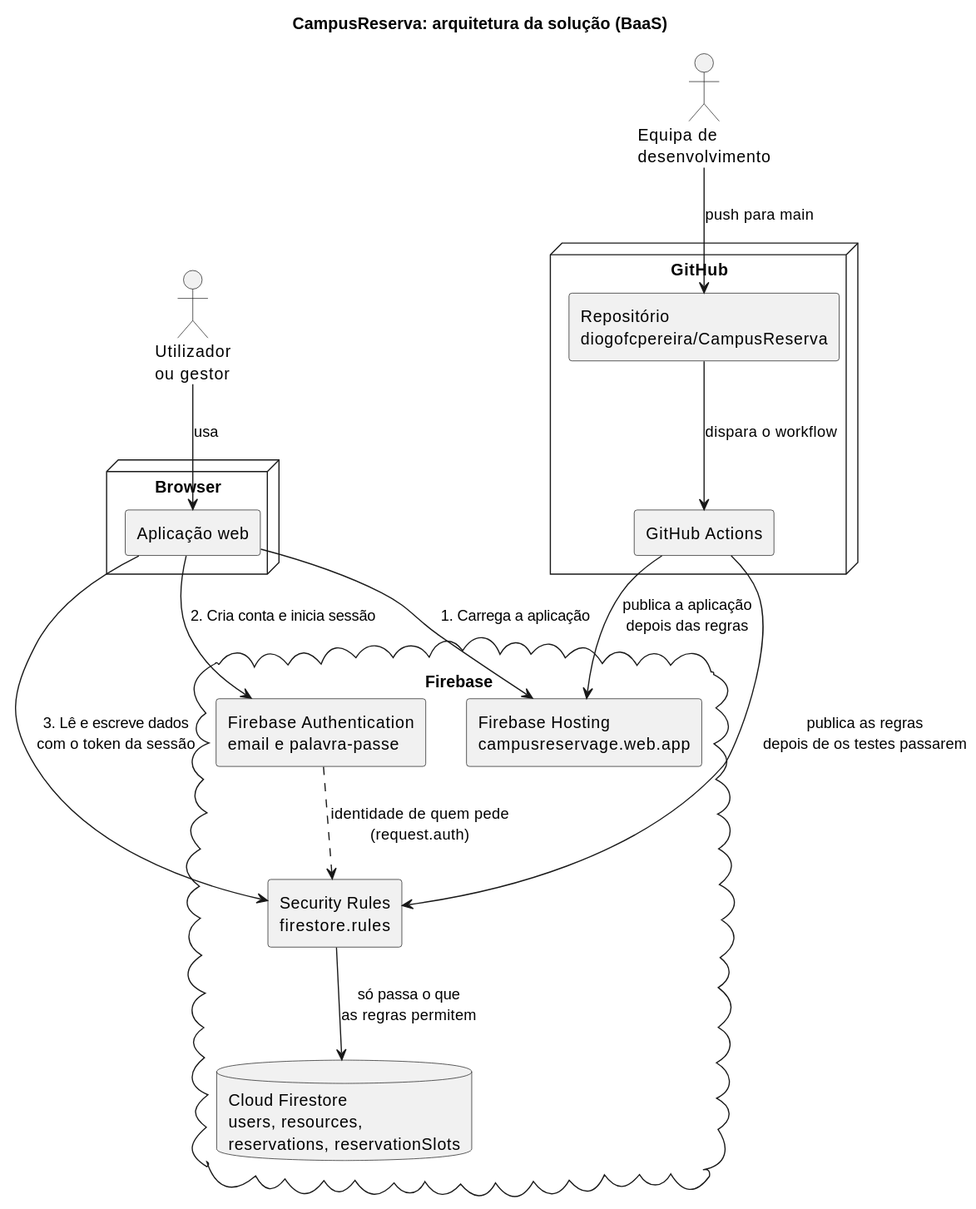
Above: docs/imagens/arquitetura.svg in diogofcpereira/CampusReserva (PlantUML), before the change.
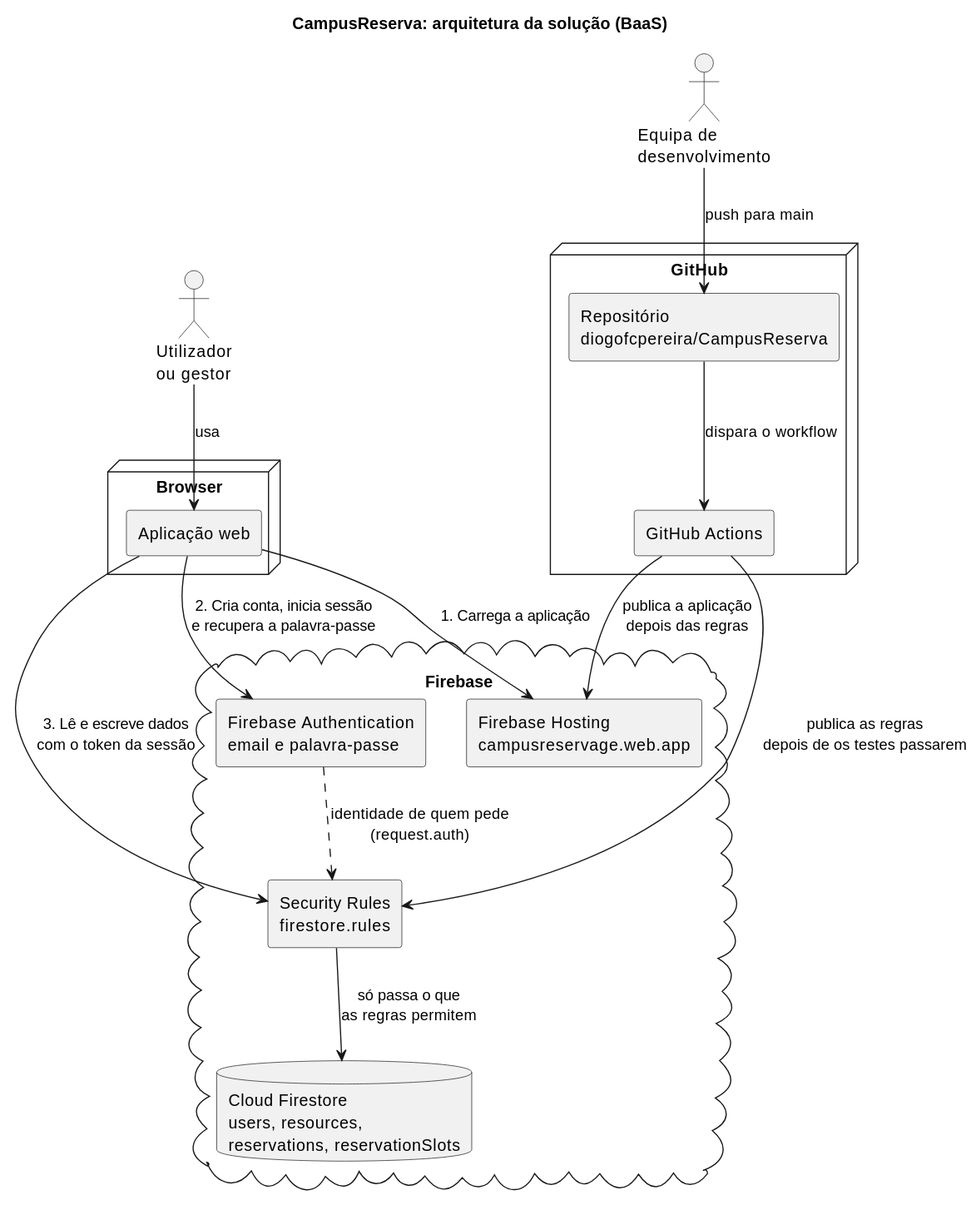
After the change.

What changed in the source:
```diff
@@ -27,7 +27,7 @@
 
 pessoa --> app : usa
 app --> hosting : 1. Carrega a aplicação
-app --> auth : 2. Cria conta e inicia sessão
+app --> auth : 2. Cria conta, inicia sessão\ne recupera a palavra-passe
 app --> rules : 3. Lê e escreve dados\ncom o token da sessão
 auth ..> rules : identidade de quem pede\n(request.auth)
 rules --> db : só passa o que\nas regras permitem
```
